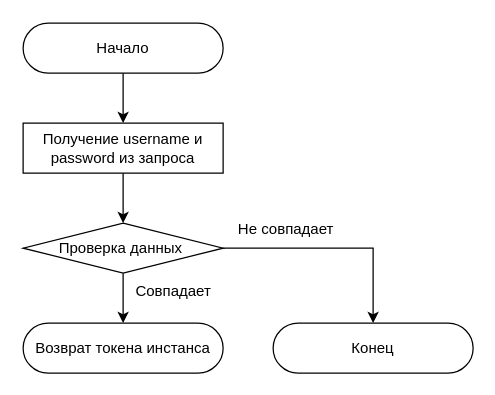
Above: page "auth" (1 of 2) of images/algorithm/server/algorithm-server.drawio in necroin/vss-docs (draw.io), before the change. Source tidied: cells renumbered, new cells numbered last; positions are measured from the earlier drawing's top-left corner, leaving out a move shared by most shapes. Both pictures are drawn from the tidied source at 125%, with x=0, y=0 at pixel (22, 22).
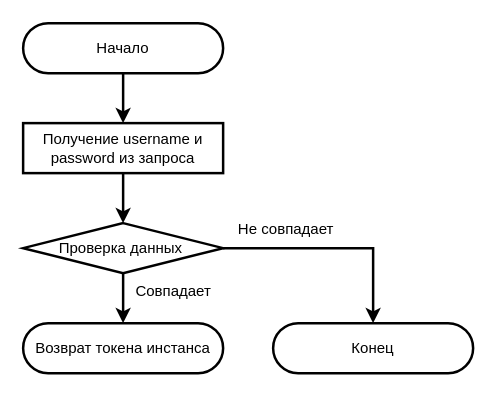
Above is the later version.

Diff of the diagram source:
```diff
@@
 <mxGraphModel>
   <root>
     <mxCell id="0" />
     <mxCell id="1" parent="0" />
-    <mxCell id="2" value="Начало" style="rounded=1;whiteSpace=wrap;html=1;arcSize=50;" parent="1" vertex="1">
+    <mxCell id="2" value="Начало" style="rounded=1;whiteSpace=wrap;html=1;arcSize=50;strokeWidth=2;" parent="1" vertex="1">
       <mxGeometry width="160" height="40" as="geometry" />
     </mxCell>
-    <mxCell id="3" value="Возврат токена инстанса" style="rounded=1;whiteSpace=wrap;html=1;arcSize=50;" parent="1" vertex="1">
+    <mxCell id="3" value="Возврат токена инстанса" style="rounded=1;whiteSpace=wrap;html=1;arcSize=50;strokeWidth=2;" parent="1" vertex="1">
       <mxGeometry y="240" width="160" height="40" as="geometry" />
     </mxCell>
-    <mxCell id="4" value="Получение username и password из запроса" style="rounded=0;whiteSpace=wrap;html=1;" parent="1" vertex="1">
+    <mxCell id="4" value="Получение username и password из запроса" style="rounded=0;whiteSpace=wrap;html=1;strokeWidth=2;" parent="1" vertex="1">
       <mxGeometry y="80" width="160" height="40" as="geometry" />
     </mxCell>
-    <mxCell id="5" style="endArrow=classic;html=1;rounded=0;exitX=0.5;exitY=1;exitDx=0;exitDy=0;entryX=0.5;entryY=0;entryDx=0;entryDy=0;" parent="1" edge="1" source="2" target="4">
+    <mxCell id="5" style="endArrow=classic;html=1;rounded=0;exitX=0.5;exitY=1;exitDx=0;exitDy=0;entryX=0.5;entryY=0;entryDx=0;entryDy=0;strokeWidth=2;" parent="1" edge="1" source="2" target="4">
       <mxGeometry relative="1" as="geometry" />
     </mxCell>
-    <mxCell id="6" value="Проверка данных&amp;nbsp;" style="rhombus;whiteSpace=wrap;html=1;" parent="1" vertex="1">
+    <mxCell id="6" value="Проверка данных&amp;nbsp;" style="rhombus;whiteSpace=wrap;html=1;strokeWidth=2;" parent="1" vertex="1">
       <mxGeometry y="160" width="160" height="40" as="geometry" />
     </mxCell>
-    <mxCell id="7" style="endArrow=classic;html=1;rounded=0;exitX=0.5;exitY=1;exitDx=0;exitDy=0;entryX=0.5;entryY=0;entryDx=0;entryDy=0;" parent="1" edge="1" source="6" target="3">
+    <mxCell id="7" style="endArrow=classic;html=1;rounded=0;exitX=0.5;exitY=1;exitDx=0;exitDy=0;entryX=0.5;entryY=0;entryDx=0;entryDy=0;strokeWidth=2;" parent="1" edge="1" source="6" target="3">
       <mxGeometry relative="1" as="geometry" />
     </mxCell>
-    <mxCell id="8" style="endArrow=classic;html=1;rounded=0;exitX=0.5;exitY=1;exitDx=0;exitDy=0;entryX=0.5;entryY=0;entryDx=0;entryDy=0;" parent="1" edge="1" source="4" target="6">
+    <mxCell id="8" style="endArrow=classic;html=1;rounded=0;exitX=0.5;exitY=1;exitDx=0;exitDy=0;entryX=0.5;entryY=0;entryDx=0;entryDy=0;strokeWidth=2;" parent="1" edge="1" source="4" target="6">
       <mxGeometry relative="1" as="geometry" />
     </mxCell>
-    <mxCell id="9" style="endArrow=classic;html=1;rounded=0;exitX=1;exitY=0.5;exitDx=0;exitDy=0;edgeStyle=orthogonalEdgeStyle;entryX=0.5;entryY=0;entryDx=0;entryDy=0;" parent="1" edge="1" source="6" target="12">
+    <mxCell id="9" style="endArrow=classic;html=1;rounded=0;exitX=1;exitY=0.5;exitDx=0;exitDy=0;edgeStyle=orthogonalEdgeStyle;entryX=0.5;entryY=0;entryDx=0;entryDy=0;strokeWidth=2;" parent="1" edge="1" source="6" target="12">
       <mxGeometry relative="1" as="geometry">
         <Array as="points">
           <mxPoint x="280" y="180" />
         </Array>
       </mxGeometry>
     </mxCell>
-    <mxCell id="10" value="Совпадает" style="text;html=1;align=center;verticalAlign=middle;strokeColor=none;fillColor=none;" parent="1" vertex="1">
+    <mxCell id="10" value="Совпадает" style="text;html=1;align=center;verticalAlign=middle;strokeColor=none;fillColor=none;strokeWidth=2;" parent="1" vertex="1">
       <mxGeometry x="80" y="200" width="80" height="30" as="geometry" />
     </mxCell>
-    <mxCell id="11" value="Не совпадает" style="text;html=1;align=center;verticalAlign=middle;strokeColor=none;fillColor=none;" parent="1" vertex="1">
+    <mxCell id="11" value="Не совпадает" style="text;html=1;align=center;verticalAlign=middle;strokeColor=none;fillColor=none;strokeWidth=2;" parent="1" vertex="1">
       <mxGeometry x="160" y="150" width="100" height="30" as="geometry" />
     </mxCell>
-    <mxCell id="12" value="Конец" style="rounded=1;whiteSpace=wrap;html=1;arcSize=50;" parent="1" vertex="1">
+    <mxCell id="12" value="Конец" style="rounded=1;whiteSpace=wrap;html=1;arcSize=50;strokeWidth=2;" parent="1" vertex="1">
       <mxGeometry x="200" y="240" width="160" height="40" as="geometry" />
     </mxCell>
   </root>
 </mxGraphModel>
```
